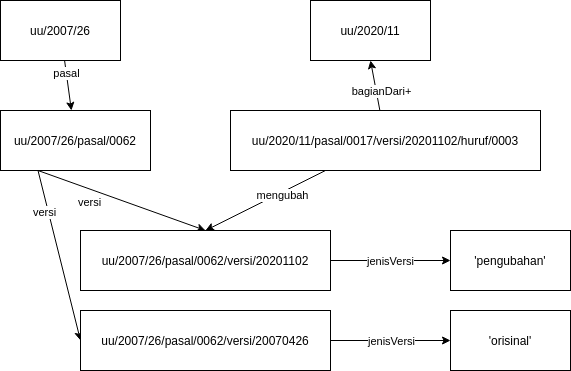
Earlier version of the draw.io export paper/pictures/update.png (aabccd021/legal-kg). Source tidied: cells renumbered, new cells last; positions are measured from the earlier drawing's top-left corner, leaving out a move shared by most shapes. The source it was exported from:
```xml
<mxGraphModel>
  <root>
    <mxCell id="0" />
    <mxCell id="1" parent="0" />
    <mxCell id="2" style="rounded=0;jettySize=auto;html=1;" parent="1" edge="1" source="4" target="9">
      <mxGeometry relative="1" as="geometry" />
    </mxCell>
    <mxCell id="3" value="pasal" style="edgeLabel;html=1;align=center;verticalAlign=middle;" parent="2" vertex="1">
      <mxGeometry x="-0.47" relative="1" as="geometry" />
    </mxCell>
    <mxCell id="4" value="uu/2007/26" style="whiteSpace=wrap;html=1;" parent="1" vertex="1">
      <mxGeometry width="120" height="60" as="geometry" />
    </mxCell>
    <mxCell id="5" style="edgeStyle=none;rounded=0;jettySize=auto;html=1;entryX=0.5;entryY=0;entryDx=0;entryDy=0;exitX=0.25;exitY=1;exitDx=0;exitDy=0;" parent="1" edge="1" source="9" target="12">
      <mxGeometry relative="1" as="geometry" />
    </mxCell>
    <mxCell id="6" value="versi" style="edgeLabel;html=1;align=center;verticalAlign=middle;" parent="5" vertex="1">
      <mxGeometry x="-0.53" y="-2" relative="1" as="geometry">
        <mxPoint x="12.4" y="15.2" as="offset" />
      </mxGeometry>
    </mxCell>
    <mxCell id="7" style="rounded=0;jettySize=auto;html=1;exitX=0.25;exitY=1;exitDx=0;exitDy=0;entryX=0;entryY=0.5;entryDx=0;entryDy=0;" parent="1" edge="1" source="9" target="22">
      <mxGeometry relative="1" as="geometry" />
    </mxCell>
    <mxCell id="8" value="versi" style="edgeLabel;html=1;align=center;verticalAlign=middle;" parent="7" vertex="1">
      <mxGeometry x="-0.52" y="-4" relative="1" as="geometry" />
    </mxCell>
    <mxCell id="9" value="uu/2007/26/pasal/0062" style="whiteSpace=wrap;html=1;" parent="1" vertex="1">
      <mxGeometry y="110" width="150" height="60" as="geometry" />
    </mxCell>
    <mxCell id="10" style="edgeStyle=none;rounded=0;jettySize=auto;html=1;entryX=0;entryY=0.5;entryDx=0;entryDy=0;" parent="1" edge="1" source="12" target="19">
      <mxGeometry relative="1" as="geometry" />
    </mxCell>
    <mxCell id="11" value="jenisVersi" style="edgeLabel;html=1;align=center;verticalAlign=middle;" parent="10" vertex="1">
      <mxGeometry x="0.26" y="1" relative="1" as="geometry">
        <mxPoint x="-15.8" y="1" as="offset" />
      </mxGeometry>
    </mxCell>
    <mxCell id="12" value="uu/2007/26/pasal/0062/versi/20201102" style="whiteSpace=wrap;html=1;" parent="1" vertex="1">
      <mxGeometry x="80" y="230" width="250" height="60" as="geometry" />
    </mxCell>
    <mxCell id="13" style="edgeStyle=none;rounded=0;jettySize=auto;html=1;entryX=0.5;entryY=1;entryDx=0;entryDy=0;" parent="1" edge="1" source="17" target="18">
      <mxGeometry relative="1" as="geometry" />
    </mxCell>
    <mxCell id="14" value="bagianDari+" style="edgeLabel;html=1;align=center;verticalAlign=middle;" parent="13" vertex="1">
      <mxGeometry x="0.32" y="-3" relative="1" as="geometry">
        <mxPoint x="3.8" y="13.3" as="offset" />
      </mxGeometry>
    </mxCell>
    <mxCell id="15" style="edgeStyle=none;rounded=0;jettySize=auto;html=1;entryX=0.5;entryY=0;entryDx=0;entryDy=0;" parent="1" edge="1" source="17" target="12">
      <mxGeometry relative="1" as="geometry" />
    </mxCell>
    <mxCell id="16" value="mengubah" style="edgeLabel;html=1;align=center;verticalAlign=middle;" parent="15" vertex="1">
      <mxGeometry x="-0.26" y="2" relative="1" as="geometry" />
    </mxCell>
    <mxCell id="17" value="uu/2020/11/pasal/0017/versi/20201102/huruf/0003" style="whiteSpace=wrap;html=1;" parent="1" vertex="1">
      <mxGeometry x="230" y="110" width="310" height="60" as="geometry" />
    </mxCell>
    <mxCell id="18" value="uu/2020/11" style="whiteSpace=wrap;html=1;" parent="1" vertex="1">
      <mxGeometry x="310" width="120" height="60" as="geometry" />
    </mxCell>
    <mxCell id="19" value="'pengubahan'" style="whiteSpace=wrap;html=1;" parent="1" vertex="1">
      <mxGeometry x="450" y="230" width="120" height="60" as="geometry" />
    </mxCell>
    <mxCell id="20" style="edgeStyle=none;rounded=0;jettySize=auto;html=1;entryX=0;entryY=0.5;entryDx=0;entryDy=0;" parent="1" edge="1" source="22" target="23">
      <mxGeometry relative="1" as="geometry" />
    </mxCell>
    <mxCell id="21" value="jenisVersi" style="edgeLabel;html=1;align=center;verticalAlign=middle;" parent="20" vertex="1">
      <mxGeometry x="0.23" y="-2" relative="1" as="geometry">
        <mxPoint x="-14" y="-2" as="offset" />
      </mxGeometry>
    </mxCell>
    <mxCell id="22" value="uu/2007/26/pasal/0062/versi/20070426" style="whiteSpace=wrap;html=1;" parent="1" vertex="1">
      <mxGeometry x="80" y="310" width="250" height="60" as="geometry" />
    </mxCell>
    <mxCell id="23" value="'orisinal'" style="whiteSpace=wrap;html=1;" parent="1" vertex="1">
      <mxGeometry x="450" y="310" width="120" height="60" as="geometry" />
    </mxCell>
  </root>
</mxGraphModel>
```
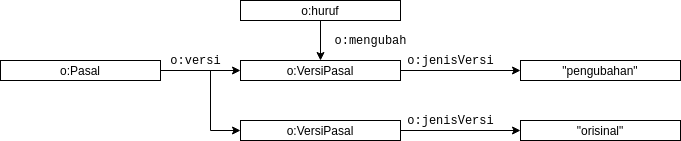
The same diagram one commit later.

The edit, as a diff of the source:
```diff
@@ -2,79 +2,55 @@
   <root>
     <mxCell id="0" />
     <mxCell id="1" parent="0" />
-    <mxCell id="2" style="rounded=0;jettySize=auto;html=1;" parent="1" edge="1" source="4" target="9">
-      <mxGeometry relative="1" as="geometry" />
-    </mxCell>
-    <mxCell id="3" value="pasal" style="edgeLabel;html=1;align=center;verticalAlign=middle;" parent="2" vertex="1">
-      <mxGeometry x="-0.47" relative="1" as="geometry" />
-    </mxCell>
-    <mxCell id="4" value="uu/2007/26" style="whiteSpace=wrap;html=1;" parent="1" vertex="1">
-      <mxGeometry width="120" height="60" as="geometry" />
-    </mxCell>
-    <mxCell id="5" style="edgeStyle=none;rounded=0;jettySize=auto;html=1;entryX=0.5;entryY=0;entryDx=0;entryDy=0;exitX=0.25;exitY=1;exitDx=0;exitDy=0;" parent="1" edge="1" source="9" target="12">
-      <mxGeometry relative="1" as="geometry" />
-    </mxCell>
-    <mxCell id="6" value="versi" style="edgeLabel;html=1;align=center;verticalAlign=middle;" parent="5" vertex="1">
-      <mxGeometry x="-0.53" y="-2" relative="1" as="geometry">
-        <mxPoint x="12.4" y="15.2" as="offset" />
-      </mxGeometry>
-    </mxCell>
-    <mxCell id="7" style="rounded=0;jettySize=auto;html=1;exitX=0.25;exitY=1;exitDx=0;exitDy=0;entryX=0;entryY=0.5;entryDx=0;entryDy=0;" parent="1" edge="1" source="9" target="22">
-      <mxGeometry relative="1" as="geometry" />
-    </mxCell>
-    <mxCell id="8" value="versi" style="edgeLabel;html=1;align=center;verticalAlign=middle;" parent="7" vertex="1">
-      <mxGeometry x="-0.52" y="-4" relative="1" as="geometry" />
-    </mxCell>
-    <mxCell id="9" value="uu/2007/26/pasal/0062" style="whiteSpace=wrap;html=1;" parent="1" vertex="1">
-      <mxGeometry y="110" width="150" height="60" as="geometry" />
-    </mxCell>
-    <mxCell id="10" style="edgeStyle=none;rounded=0;jettySize=auto;html=1;entryX=0;entryY=0.5;entryDx=0;entryDy=0;" parent="1" edge="1" source="12" target="19">
-      <mxGeometry relative="1" as="geometry" />
-    </mxCell>
-    <mxCell id="11" value="jenisVersi" style="edgeLabel;html=1;align=center;verticalAlign=middle;" parent="10" vertex="1">
-      <mxGeometry x="0.26" y="1" relative="1" as="geometry">
-        <mxPoint x="-15.8" y="1" as="offset" />
-      </mxGeometry>
-    </mxCell>
-    <mxCell id="12" value="uu/2007/26/pasal/0062/versi/20201102" style="whiteSpace=wrap;html=1;" parent="1" vertex="1">
-      <mxGeometry x="80" y="230" width="250" height="60" as="geometry" />
-    </mxCell>
-    <mxCell id="13" style="edgeStyle=none;rounded=0;jettySize=auto;html=1;entryX=0.5;entryY=1;entryDx=0;entryDy=0;" parent="1" edge="1" source="17" target="18">
-      <mxGeometry relative="1" as="geometry" />
-    </mxCell>
-    <mxCell id="14" value="bagianDari+" style="edgeLabel;html=1;align=center;verticalAlign=middle;" parent="13" vertex="1">
-      <mxGeometry x="0.32" y="-3" relative="1" as="geometry">
-        <mxPoint x="3.8" y="13.3" as="offset" />
-      </mxGeometry>
-    </mxCell>
-    <mxCell id="15" style="edgeStyle=none;rounded=0;jettySize=auto;html=1;entryX=0.5;entryY=0;entryDx=0;entryDy=0;" parent="1" edge="1" source="17" target="12">
-      <mxGeometry relative="1" as="geometry" />
-    </mxCell>
-    <mxCell id="16" value="mengubah" style="edgeLabel;html=1;align=center;verticalAlign=middle;" parent="15" vertex="1">
-      <mxGeometry x="-0.26" y="2" relative="1" as="geometry" />
-    </mxCell>
-    <mxCell id="17" value="uu/2020/11/pasal/0017/versi/20201102/huruf/0003" style="whiteSpace=wrap;html=1;" parent="1" vertex="1">
-      <mxGeometry x="230" y="110" width="310" height="60" as="geometry" />
-    </mxCell>
-    <mxCell id="18" value="uu/2020/11" style="whiteSpace=wrap;html=1;" parent="1" vertex="1">
-      <mxGeometry x="310" width="120" height="60" as="geometry" />
-    </mxCell>
-    <mxCell id="19" value="'pengubahan'" style="whiteSpace=wrap;html=1;" parent="1" vertex="1">
-      <mxGeometry x="450" y="230" width="120" height="60" as="geometry" />
-    </mxCell>
-    <mxCell id="20" style="edgeStyle=none;rounded=0;jettySize=auto;html=1;entryX=0;entryY=0.5;entryDx=0;entryDy=0;" parent="1" edge="1" source="22" target="23">
-      <mxGeometry relative="1" as="geometry" />
-    </mxCell>
-    <mxCell id="21" value="jenisVersi" style="edgeLabel;html=1;align=center;verticalAlign=middle;" parent="20" vertex="1">
-      <mxGeometry x="0.23" y="-2" relative="1" as="geometry">
-        <mxPoint x="-14" y="-2" as="offset" />
-      </mxGeometry>
-    </mxCell>
-    <mxCell id="22" value="uu/2007/26/pasal/0062/versi/20070426" style="whiteSpace=wrap;html=1;" parent="1" vertex="1">
-      <mxGeometry x="80" y="310" width="250" height="60" as="geometry" />
-    </mxCell>
-    <mxCell id="23" value="'orisinal'" style="whiteSpace=wrap;html=1;" parent="1" vertex="1">
-      <mxGeometry x="450" y="310" width="120" height="60" as="geometry" />
-    </mxCell>
+    <mxCell id="24" style="edgeStyle=orthogonalEdgeStyle;rounded=0;jettySize=auto;html=1;entryX=0;entryY=0.5;entryDx=0;entryDy=0;" parent="1" edge="1" source="26" target="28">
+      <mxGeometry relative="1" as="geometry" />
+    </mxCell>
+    <mxCell id="25" style="edgeStyle=orthogonalEdgeStyle;rounded=0;jettySize=auto;html=1;entryX=0;entryY=0.5;entryDx=0;entryDy=0;" parent="1" edge="1" source="26" target="30">
+      <mxGeometry relative="1" as="geometry">
+        <Array as="points">
+          <mxPoint x="170" y="470" />
+          <mxPoint x="170" y="530" />
+        </Array>
+      </mxGeometry>
+    </mxCell>
+    <mxCell id="26" value="o:Pasal" style="whiteSpace=wrap;html=1;" parent="1" vertex="1">
+      <mxGeometry x="-40" y="460" width="160" height="20" as="geometry" />
+    </mxCell>
+    <mxCell id="27" style="edgeStyle=orthogonalEdgeStyle;rounded=0;jettySize=auto;html=1;entryX=0;entryY=0.5;entryDx=0;entryDy=0;" parent="1" edge="1" source="28" target="31">
+      <mxGeometry relative="1" as="geometry" />
+    </mxCell>
+    <mxCell id="28" value="o:VersiPasal" style="whiteSpace=wrap;html=1;" parent="1" vertex="1">
+      <mxGeometry x="200" y="460" width="160" height="20" as="geometry" />
+    </mxCell>
+    <mxCell id="29" style="edgeStyle=orthogonalEdgeStyle;rounded=0;jettySize=auto;html=1;entryX=0;entryY=0.5;entryDx=0;entryDy=0;" parent="1" edge="1" source="30" target="32">
+      <mxGeometry relative="1" as="geometry" />
+    </mxCell>
+    <mxCell id="30" value="o:VersiPasal" style="whiteSpace=wrap;html=1;" parent="1" vertex="1">
+      <mxGeometry x="200" y="520" width="160" height="20" as="geometry" />
+    </mxCell>
+    <mxCell id="31" value="&quot;pengubahan&quot;" style="whiteSpace=wrap;html=1;" parent="1" vertex="1">
+      <mxGeometry x="480" y="460" width="160" height="20" as="geometry" />
+    </mxCell>
+    <mxCell id="32" value="&quot;orisinal&quot;" style="whiteSpace=wrap;html=1;" parent="1" vertex="1">
+      <mxGeometry x="480" y="520" width="160" height="20" as="geometry" />
+    </mxCell>
+    <mxCell id="33" value="&lt;font face=&quot;Courier New&quot;&gt;o:versi&lt;/font&gt;" style="text;html=1;align=center;verticalAlign=middle;strokeColor=none;" parent="1" vertex="1">
+      <mxGeometry x="120" y="450" width="70" height="20" as="geometry" />
+    </mxCell>
+    <mxCell id="34" value="&lt;font face=&quot;Courier New&quot;&gt;o:jenisVersi&lt;/font&gt;" style="text;html=1;align=center;verticalAlign=middle;strokeColor=none;" parent="1" vertex="1">
+      <mxGeometry x="360" y="450" width="100" height="20" as="geometry" />
+    </mxCell>
+    <mxCell id="35" value="&lt;font face=&quot;Courier New&quot;&gt;o:jenisVersi&lt;/font&gt;" style="text;html=1;align=center;verticalAlign=middle;strokeColor=none;" parent="1" vertex="1">
+      <mxGeometry x="360" y="510" width="100" height="20" as="geometry" />
+    </mxCell>
+    <mxCell id="36" style="edgeStyle=orthogonalEdgeStyle;rounded=0;jettySize=auto;html=1;entryX=0.5;entryY=0;entryDx=0;entryDy=0;" parent="1" edge="1" source="37" target="28">
+      <mxGeometry relative="1" as="geometry" />
+    </mxCell>
+    <mxCell id="37" value="o:huruf" style="whiteSpace=wrap;html=1;" parent="1" vertex="1">
+      <mxGeometry x="200" y="400" width="160" height="20" as="geometry" />
+    </mxCell>
+    <mxCell id="38" value="&lt;font face=&quot;Courier New&quot;&gt;o:mengubah&lt;/font&gt;" style="text;html=1;align=center;verticalAlign=middle;strokeColor=none;" parent="1" vertex="1">
+      <mxGeometry x="285" y="430" width="90" height="20" as="geometry" />
+    </mxCell>
   </root>
 </mxGraphModel>
```
